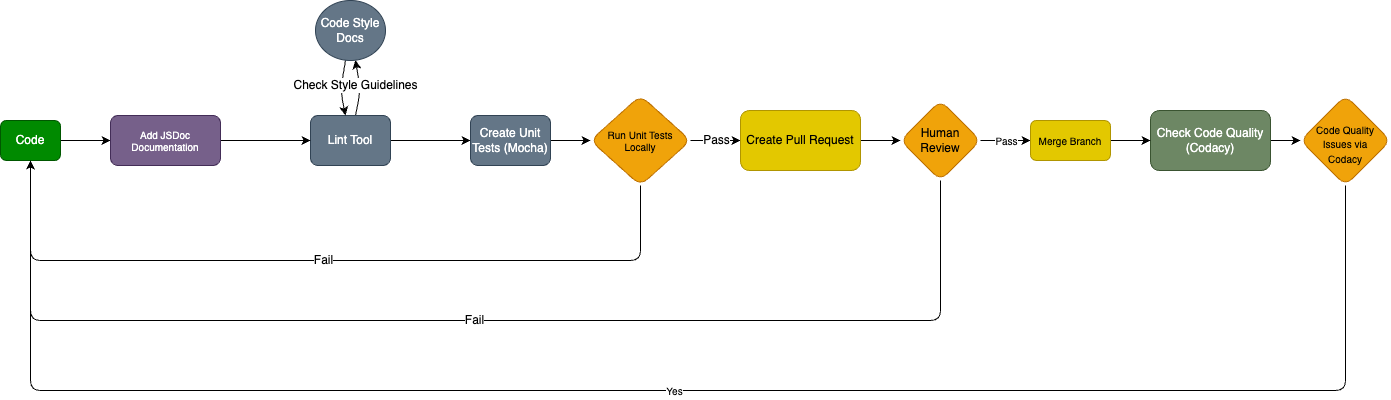
Above: admin/cipipeline/phase1.drawio.png in cse110-sp24-group10/cse110-sp24-group10 (draw.io), before the change. Source tidied: cells renumbered, new cells last; positions are measured from the earlier drawing's top-left corner, leaving out a move shared by most shapes.
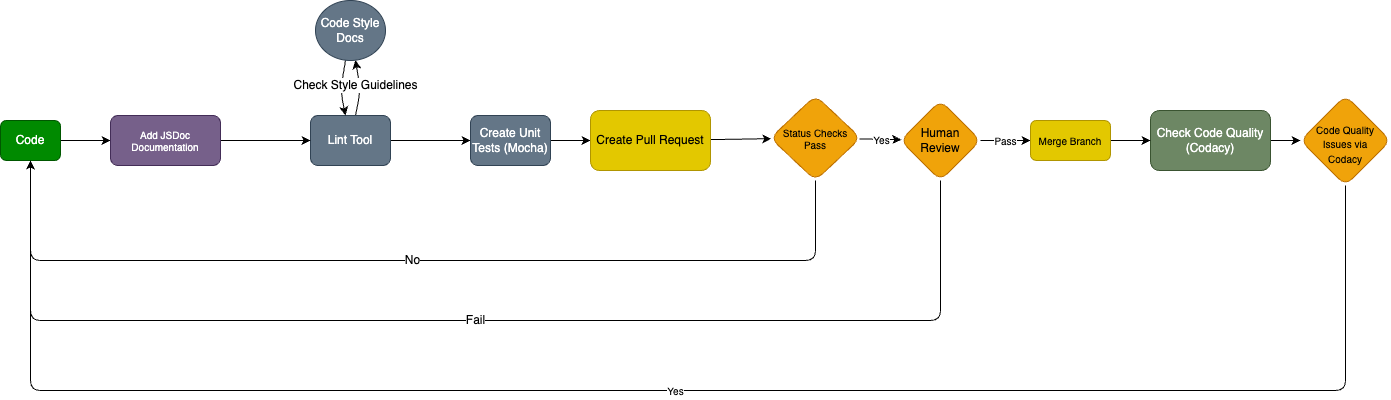
Above is the later version.

Diff of the diagram source:
```diff
@@ -34,31 +34,27 @@
     <mxCell id="9" value="Check Style Guidelines" style="text;html=1;align=center;verticalAlign=middle;strokeColor=none;fillColor=none;labelBackgroundColor=default;" parent="1" vertex="1">
       <mxGeometry x="280" y="70" width="150" height="30" as="geometry" />
     </mxCell>
-    <mxCell id="10" style="edgeStyle=none;html=1;" parent="1" edge="1" source="11" target="14">
+    <mxCell id="10" style="edgeStyle=none;html=1;" parent="1" edge="1" source="11" target="16">
       <mxGeometry relative="1" as="geometry" />
     </mxCell>
     <mxCell id="11" value="Create Unit Tests (Mocha)" style="whiteSpace=wrap;html=1;fillColor=#647687;strokeColor=#314354;fontColor=#ffffff;rounded=1;" parent="1" vertex="1">
       <mxGeometry x="470" y="115" width="80" height="50" as="geometry" />
     </mxCell>
-    <mxCell id="12" value="Pass" style="edgeStyle=none;html=1;fontSize=12;" parent="1" edge="1" source="14" target="16">
-      <mxGeometry relative="1" as="geometry" />
-    </mxCell>
-    <mxCell id="13" value="Fail" style="edgeStyle=none;html=1;fontSize=12;" parent="1" edge="1" source="14" target="3">
+    <mxCell id="13" value="No" style="edgeStyle=none;html=1;fontSize=12;exitX=0.5;exitY=1;exitDx=0;exitDy=0;" parent="1" edge="1">
       <mxGeometry relative="1" as="geometry">
+        <mxPoint x="815" y="180" as="sourcePoint" />
+        <mxPoint x="30" y="160" as="targetPoint" />
         <Array as="points">
-          <mxPoint x="640" y="260" />
+          <mxPoint x="815" y="260" />
           <mxPoint x="30" y="260" />
         </Array>
       </mxGeometry>
     </mxCell>
-    <mxCell id="14" value="Run Unit Tests Locally" style="rhombus;whiteSpace=wrap;html=1;fillColor=#f0a30a;strokeColor=#BD7000;fontColor=#000000;rounded=1;fontSize=10;" parent="1" vertex="1">
-      <mxGeometry x="590" y="95" width="100" height="90" as="geometry" />
-    </mxCell>
-    <mxCell id="15" style="edgeStyle=none;html=1;fontSize=12;" parent="1" edge="1" source="16" target="19">
-      <mxGeometry relative="1" as="geometry" />
-    </mxCell>
+    <mxCell id="28" style="edgeStyle=none;html=1;fontSize=10;" parent="1" edge="1" source="16" target="30">
+      <mxGeometry relative="1" as="geometry" />
+    </mxCell>
     <mxCell id="16" value="Create Pull Request" style="rounded=1;whiteSpace=wrap;html=1;labelBackgroundColor=none;fontSize=12;fillColor=#e3c800;fontColor=#000000;strokeColor=#B09500;" parent="1" vertex="1">
-      <mxGeometry x="740" y="110" width="120" height="60" as="geometry" />
+      <mxGeometry x="590" y="110" width="120" height="60" as="geometry" />
     </mxCell>
     <mxCell id="17" value="Fail" style="edgeStyle=none;html=1;fontSize=12;" parent="1" edge="1" source="19" target="3">
       <mxGeometry relative="1" as="geometry">
@@ -103,5 +99,11 @@
     <mxCell id="27" value="Merge Branch" style="rounded=1;whiteSpace=wrap;html=1;labelBackgroundColor=none;fontSize=10;fillColor=#e3c800;fontColor=#000000;strokeColor=#B09500;" parent="1" vertex="1">
       <mxGeometry x="1030" y="120" width="80" height="40" as="geometry" />
     </mxCell>
+    <mxCell id="29" value="Yes" style="edgeStyle=none;html=1;fontSize=10;" parent="1" edge="1" source="30" target="19">
+      <mxGeometry relative="1" as="geometry" />
+    </mxCell>
+    <mxCell id="30" value="Status Checks Pass" style="rhombus;whiteSpace=wrap;html=1;fillColor=#f0a30a;strokeColor=#BD7000;fontColor=#000000;rounded=1;labelBackgroundColor=none;fontSize=10;" parent="1" vertex="1">
+      <mxGeometry x="770" y="95" width="90" height="85" as="geometry" />
+    </mxCell>
   </root>
 </mxGraphModel>
```
